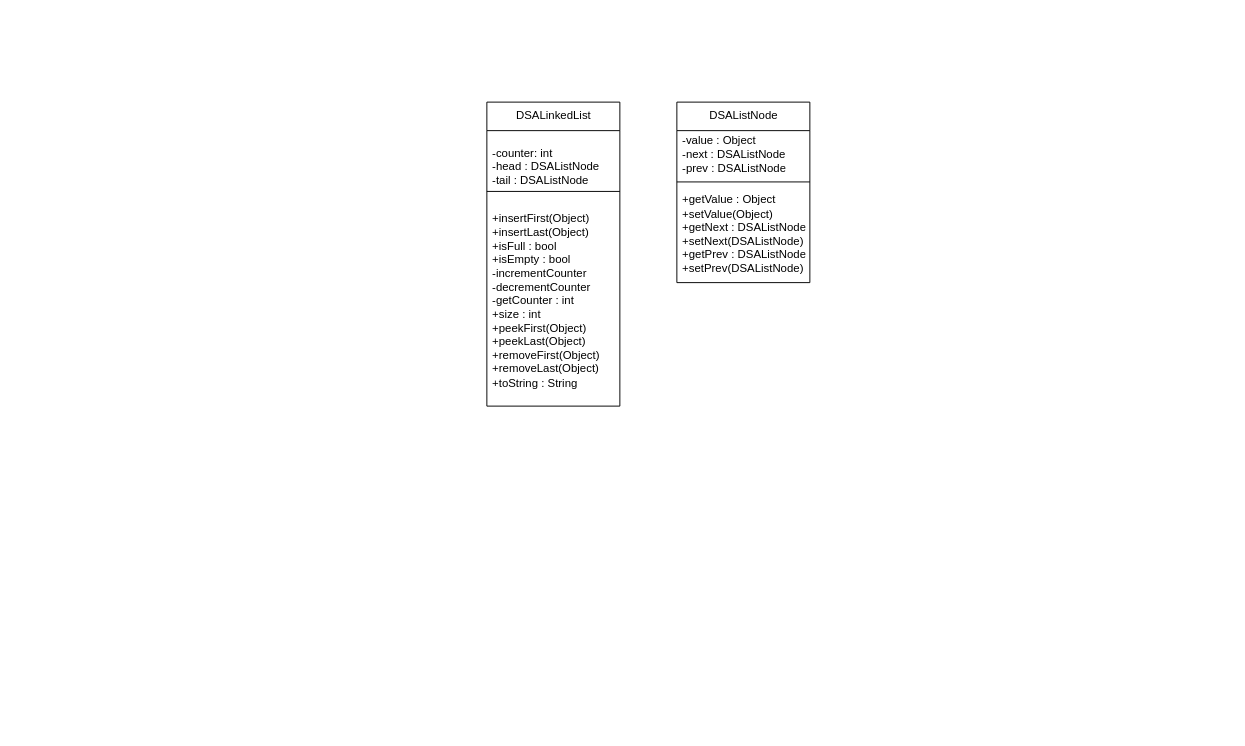
samuel-wyatt/DSA keeps this draw.io diagram as Worksheets and Lectures/Week04/DSAWorksheet4.drawio. Above is the earlier version. Source tidied: cells renumbered, new cells numbered last; positions are measured from the earlier drawing's top-left corner, leaving out a move shared by most shapes. Both pictures are drawn from the tidied source at 95%, with x=0, y=0 at pixel (486, 102).
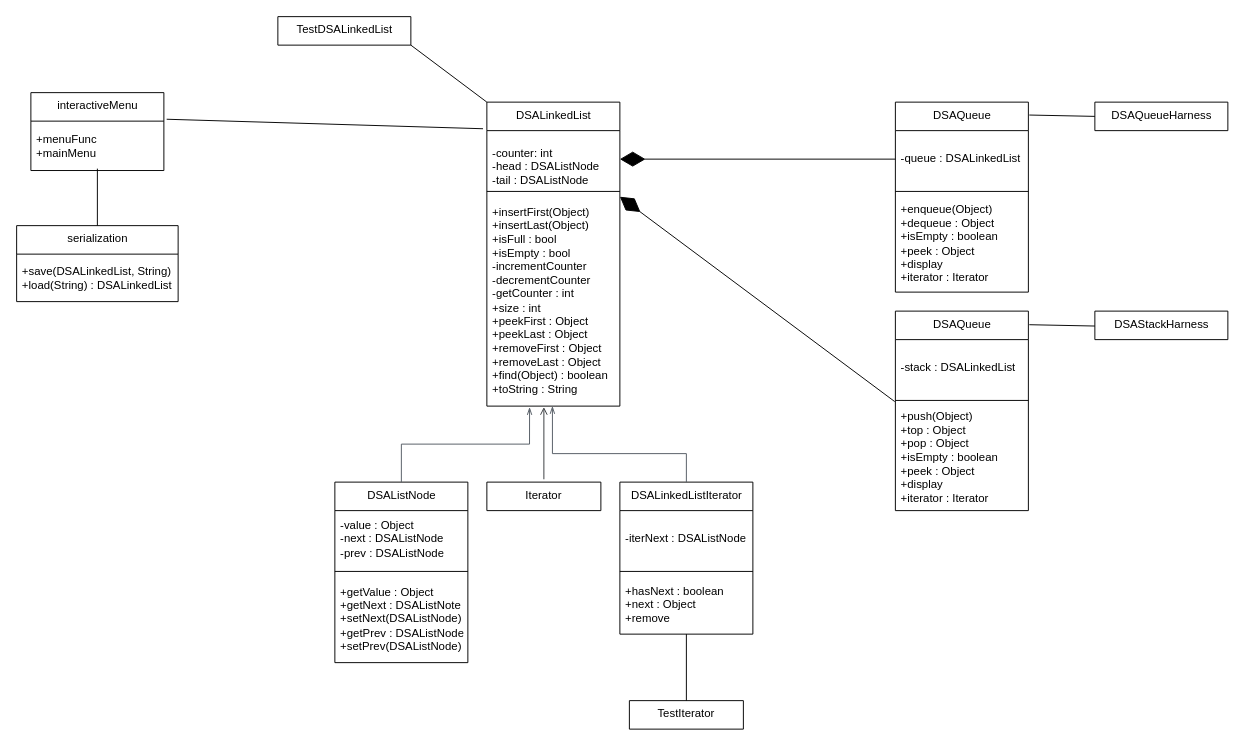
After the change.

The change refers to these unchanged cells:
```xml
<mxCell id="2" value="DSALinkedList" style="swimlane;fontStyle=0;align=center;verticalAlign=top;horizontal=1;startSize=30;html=1;" parent="1" vertex="1">
  <mxGeometry width="140" height="320" as="geometry" />
</mxCell>
<mxCell id="3" value="&lt;br&gt;-counter: int&amp;nbsp;&lt;br&gt;-head : DSAListNode&lt;br&gt;-tail : DSAListNode" style="text;html=1;strokeColor=none;fillColor=none;align=left;verticalAlign=middle;spacingLeft=4;spacingRight=4;overflow=hidden;points=[[0,0.5],[1,0.5]];portConstraint=eastwest;" parent="2" vertex="1">
  <mxGeometry y="30" width="140" height="60" as="geometry" />
</mxCell>
```

Change to the diagram source:
```diff
@@
-    <mxCell id="5" value="+insertFirst(Object)&lt;br&gt;+insertLast(Object)&lt;br&gt;+isFull : bool&lt;br&gt;+isEmpty : bool&lt;br&gt;-incrementCounter&lt;br&gt;-decrementCounter&lt;br&gt;-getCounter : int&lt;br&gt;+size : int&lt;br&gt;+peekFirst(Object)&lt;br&gt;+peekLast(Object)&lt;br&gt;+removeFirst(Object)&lt;br&gt;+removeLast(Object)&lt;br&gt;+toString : String" style="text;html=1;strokeColor=none;fillColor=none;align=left;verticalAlign=middle;spacingLeft=4;spacingRight=4;overflow=hidden;points=[[0,0.5],[1,0.5]];portConstraint=eastwest;" parent="2" vertex="1">
+    <mxCell id="5" value="+insertFirst(Object)&lt;br&gt;+insertLast(Object)&lt;br&gt;+isFull : bool&lt;br&gt;+isEmpty : bool&lt;br&gt;-incrementCounter&lt;br&gt;-decrementCounter&lt;br&gt;-getCounter : int&lt;br&gt;+size : int&lt;br&gt;+peekFirst : Object&lt;br&gt;+peekLast : Object&lt;br&gt;+removeFirst : Object&lt;br&gt;+removeLast : Object&lt;br&gt;+find(Object) : boolean&lt;br&gt;+toString : String" style="text;html=1;strokeColor=none;fillColor=none;align=left;verticalAlign=middle;spacingLeft=4;spacingRight=4;overflow=hidden;points=[[0,0.5],[1,0.5]];portConstraint=eastwest;" parent="2" vertex="1">
       <mxGeometry y="98" width="140" height="222" as="geometry" />
     </mxCell>
     <mxCell id="6" value="DSAListNode" style="swimlane;fontStyle=0;align=center;verticalAlign=top;horizontal=1;startSize=30;html=1;" parent="1" vertex="1">
-      <mxGeometry x="200" width="140" height="190" as="geometry" />
+      <mxGeometry x="-160" y="400" width="140" height="190" as="geometry" />
     </mxCell>
     <mxCell id="7" value="-value : Object&lt;br&gt;-next : DSAListNode&lt;br&gt;-prev : DSAListNode" style="text;html=1;strokeColor=none;fillColor=none;align=left;verticalAlign=middle;spacingLeft=4;spacingRight=4;overflow=hidden;" parent="6" vertex="1">
-      <mxGeometry y="30" width="140" height="50" as="geometry" />
+      <mxGeometry y="30" width="140" height="60" as="geometry" />
     </mxCell>
-    <mxCell id="8" style="line;strokeWidth=1;fillColor=none;align=left;verticalAlign=middle;spacingTop=-1;spacingLeft=3;spacingRight=3;labelPosition=right;" parent="6" vertex="1">
-      <mxGeometry y="80" width="140" height="8" as="geometry" />
-    </mxCell>
-    <mxCell id="9" value="+getValue : Object&lt;br&gt;+setValue(Object)&lt;br&gt;+getNext : DSAListNode&lt;br&gt;+setNext(DSAListNode)&lt;br&gt;+getPrev : DSAListNode&lt;br&gt;+setPrev(DSAListNode)" style="text;html=1;strokeColor=none;fillColor=none;align=left;verticalAlign=middle;spacingLeft=4;spacingRight=4;overflow=hidden;" parent="6" vertex="1">
-      <mxGeometry y="88" width="140" height="102" as="geometry" />
-    </mxCell>
+    <mxCell id="10" style="line;strokeWidth=1;fillColor=none;align=left;verticalAlign=middle;spacingTop=-1;spacingLeft=3;spacingRight=3;labelPosition=right;" parent="6" vertex="1">
+      <mxGeometry y="90" width="140" height="8" as="geometry" />
+    </mxCell>
+    <mxCell id="11" value="+getValue : Object&lt;br&gt;+getNext : DSAListNote&lt;br&gt;+setNext(DSAListNode)&lt;br&gt;+getPrev : DSAListNode&lt;br&gt;+setPrev(DSAListNode)" style="text;html=1;strokeColor=none;fillColor=none;align=left;verticalAlign=middle;spacingLeft=4;spacingRight=4;overflow=hidden;" parent="6" vertex="1">
+      <mxGeometry y="98" width="140" height="92" as="geometry" />
+    </mxCell>
+    <mxCell id="12" value="Iterator" style="shape=note2;boundedLbl=1;whiteSpace=wrap;html=1;size=0;verticalAlign=top;align=center;" parent="1" vertex="1">
+      <mxGeometry y="400" width="120" height="30" as="geometry" />
+    </mxCell>
+    <mxCell id="13" value="DSALinkedListIterator" style="swimlane;fontStyle=0;align=center;verticalAlign=top;horizontal=1;startSize=30;html=1;" parent="1" vertex="1">
+      <mxGeometry x="140" y="400" width="140" height="160" as="geometry" />
+    </mxCell>
+    <mxCell id="14" value="-iterNext : DSAListNode" style="text;html=1;strokeColor=none;fillColor=none;align=left;verticalAlign=middle;spacingLeft=4;spacingRight=4;overflow=hidden;" parent="13" vertex="1">
+      <mxGeometry y="30" width="140" height="60" as="geometry" />
+    </mxCell>
+    <mxCell id="15" style="line;strokeWidth=1;fillColor=none;align=left;verticalAlign=middle;spacingTop=-1;spacingLeft=3;spacingRight=3;labelPosition=right;" parent="13" vertex="1">
+      <mxGeometry y="90" width="140" height="8" as="geometry" />
+    </mxCell>
+    <mxCell id="16" value="+hasNext : boolean&lt;br&gt;+next : Object&lt;br&gt;+remove&amp;nbsp;" style="text;html=1;strokeColor=none;fillColor=none;align=left;verticalAlign=middle;spacingLeft=4;spacingRight=4;overflow=hidden;points=[[0,0.5],[1,0.5]];portConstraint=eastwest;" parent="13" vertex="1">
+      <mxGeometry y="98" width="140" height="62" as="geometry" />
+    </mxCell>
+    <mxCell id="17" value="TestDSALinkedList" style="swimlane;fontStyle=0;align=center;verticalAlign=top;horizontal=1;startSize=30;html=1;" parent="1" vertex="1">
+      <mxGeometry x="-220" y="-90" width="140" height="30" as="geometry" />
+    </mxCell>
+    <mxCell id="18" style="endArrow=none;html=1;entryX=1;entryY=0.5;entryDx=0;entryDy=0;exitX=0;exitY=0;exitDx=0;exitDy=0;" parent="1" edge="1" source="2">
+      <mxGeometry relative="1" as="geometry">
+        <mxPoint x="-80" y="-60" as="targetPoint" />
+      </mxGeometry>
+    </mxCell>
+    <mxCell id="19" value="DSAQueue" style="swimlane;fontStyle=0;align=center;verticalAlign=top;horizontal=1;startSize=30;html=1;" parent="1" vertex="1">
+      <mxGeometry x="430" width="140" height="200" as="geometry" />
+    </mxCell>
+    <mxCell id="20" value="-queue : DSALinkedList" style="text;html=1;strokeColor=none;fillColor=none;align=left;verticalAlign=middle;spacingLeft=4;spacingRight=4;overflow=hidden;points=[[0,0.5],[1,0.5]];portConstraint=eastwest;" parent="19" vertex="1">
+      <mxGeometry y="30" width="140" height="60" as="geometry" />
+    </mxCell>
+    <mxCell id="21" style="line;strokeWidth=1;fillColor=none;align=left;verticalAlign=middle;spacingTop=-1;spacingLeft=3;spacingRight=3;labelPosition=right;" parent="19" vertex="1">
+      <mxGeometry y="90" width="140" height="8" as="geometry" />
+    </mxCell>
+    <mxCell id="22" value="+enqueue(Object)&lt;br&gt;+dequeue : Object&lt;br&gt;+isEmpty : boolean&lt;br&gt;+peek : Object&lt;br&gt;+display&lt;br&gt;+iterator : Iterator" style="text;html=1;strokeColor=none;fillColor=none;align=left;verticalAlign=middle;spacingLeft=4;spacingRight=4;overflow=hidden;" parent="19" vertex="1">
+      <mxGeometry y="98" width="140" height="102" as="geometry" />
+    </mxCell>
+    <mxCell id="23" style="endArrow=diamondThin;endFill=1;endSize=24;html=1;entryX=1;entryY=0.5;entryDx=0;entryDy=0;exitX=0;exitY=0.5;exitDx=0;exitDy=0;" parent="1" edge="1" source="20" target="3">
+      <mxGeometry relative="1" as="geometry" />
+    </mxCell>
+    <mxCell id="24" value="DSAQueue" style="swimlane;fontStyle=0;align=center;verticalAlign=top;horizontal=1;startSize=30;html=1;" parent="1" vertex="1">
+      <mxGeometry x="430" y="220" width="140" height="210" as="geometry" />
+    </mxCell>
+    <mxCell id="25" value="-stack : DSALinkedList" style="text;html=1;strokeColor=none;fillColor=none;align=left;verticalAlign=middle;spacingLeft=4;spacingRight=4;overflow=hidden;" parent="24" vertex="1">
+      <mxGeometry y="30" width="140" height="60" as="geometry" />
+    </mxCell>
+    <mxCell id="26" style="line;strokeWidth=1;fillColor=none;align=left;verticalAlign=middle;spacingTop=-1;spacingLeft=3;spacingRight=3;labelPosition=right;" parent="24" vertex="1">
+      <mxGeometry y="90" width="140" height="8" as="geometry" />
+    </mxCell>
+    <mxCell id="27" value="+push(Object)&lt;br&gt;+top : Object&lt;br&gt;+pop : Object&lt;br&gt;+isEmpty : boolean&lt;br&gt;+peek : Object&lt;br&gt;+display&lt;br&gt;+iterator : Iterator" style="text;html=1;strokeColor=none;fillColor=none;align=left;verticalAlign=middle;spacingLeft=4;spacingRight=4;overflow=hidden;points=[[0,0.5],[1,0.5]];portConstraint=eastwest;" parent="24" vertex="1">
+      <mxGeometry y="98" width="140" height="112" as="geometry" />
+    </mxCell>
+    <mxCell id="28" style="endArrow=diamondThin;endFill=1;endSize=24;html=1;entryX=1;entryY=0.5;entryDx=0;entryDy=0;exitX=-0.005;exitY=-0.025;exitDx=0;exitDy=0;exitPerimeter=0;" parent="1" edge="1" source="27">
+      <mxGeometry relative="1" as="geometry">
+        <mxPoint x="140" y="99.6" as="targetPoint" />
+      </mxGeometry>
+    </mxCell>
+    <mxCell id="29" value="DSAQueueHarness" style="swimlane;fontStyle=0;align=center;verticalAlign=top;horizontal=1;startSize=30;html=1;" parent="1" vertex="1">
+      <mxGeometry x="640" width="140" height="30" as="geometry" />
+    </mxCell>
+    <mxCell id="30" value="DSAStackHarness" style="swimlane;fontStyle=0;align=center;verticalAlign=top;horizontal=1;startSize=30;html=1;" parent="1" vertex="1">
+      <mxGeometry x="640" y="220" width="140" height="30" as="geometry" />
+    </mxCell>
+    <mxCell id="31" style="endArrow=none;html=1;entryX=1.007;entryY=0.068;entryDx=0;entryDy=0;entryPerimeter=0;exitX=0;exitY=0.5;exitDx=0;exitDy=0;" parent="1" edge="1" source="29" target="19">
+      <mxGeometry relative="1" as="geometry" />
+    </mxCell>
+    <mxCell id="32" style="endArrow=none;html=1;entryX=1.007;entryY=0.068;entryDx=0;entryDy=0;entryPerimeter=0;exitX=0;exitY=0.5;exitDx=0;exitDy=0;" parent="1" edge="1">
+      <mxGeometry relative="1" as="geometry">
+        <mxPoint x="640" y="235.7" as="sourcePoint" />
+        <mxPoint x="571" y="234.3" as="targetPoint" />
+      </mxGeometry>
+    </mxCell>
+    <mxCell id="33" style="edgeStyle=orthogonalEdgeStyle;html=1;endArrow=none;elbow=vertical;startArrow=open;startFill=0;strokeColor=#36393d;rounded=0;fillColor=#eeeeee;" parent="1" edge="1">
+      <mxGeometry relative="1" as="geometry">
+        <mxPoint x="60" y="321" as="sourcePoint" />
+        <mxPoint x="60" y="397" as="targetPoint" />
+        <Array as="points">
+          <mxPoint x="60" y="321" />
+          <mxPoint x="60" y="397" />
+        </Array>
+      </mxGeometry>
+    </mxCell>
+    <mxCell id="34" style="edgeStyle=orthogonalEdgeStyle;html=1;endArrow=none;elbow=vertical;startArrow=openThin;startFill=0;strokeColor=#545B64;rounded=0;entryX=0.5;entryY=0;entryDx=0;entryDy=0;" parent="1" edge="1" target="13">
+      <mxGeometry relative="1" as="geometry">
+        <mxPoint x="69" y="320" as="sourcePoint" />
+        <Array as="points">
+          <mxPoint x="69" y="370" />
+          <mxPoint x="210" y="370" />
+        </Array>
+      </mxGeometry>
+    </mxCell>
+    <mxCell id="35" style="edgeStyle=orthogonalEdgeStyle;html=1;endArrow=none;elbow=vertical;startArrow=openThin;startFill=0;strokeColor=#545B64;rounded=0;entryX=0.5;entryY=0;entryDx=0;entryDy=0;exitX=0.321;exitY=1.005;exitDx=0;exitDy=0;exitPerimeter=0;" parent="1" edge="1" source="5" target="6">
+      <mxGeometry relative="1" as="geometry">
+        <Array as="points">
+          <mxPoint x="45" y="360" />
+          <mxPoint x="-90" y="360" />
+        </Array>
+      </mxGeometry>
+    </mxCell>
+    <mxCell id="36" value="interactiveMenu" style="swimlane;fontStyle=0;align=center;verticalAlign=top;horizontal=1;startSize=30;html=1;" parent="1" vertex="1">
+      <mxGeometry x="-480" y="-10" width="140" height="82" as="geometry" />
+    </mxCell>
+    <mxCell id="37" value="+menuFunc&lt;br&gt;+mainMenu" style="text;html=1;strokeColor=none;fillColor=none;align=left;verticalAlign=middle;spacingLeft=4;spacingRight=4;overflow=hidden;points=[[0,0.5],[1,0.5]];portConstraint=eastwest;" parent="36" vertex="1">
+      <mxGeometry y="30" width="140" height="52" as="geometry" />
+    </mxCell>
+    <mxCell id="38" value="serialization" style="swimlane;fontStyle=0;align=center;verticalAlign=top;horizontal=1;startSize=30;html=1;" parent="1" vertex="1">
+      <mxGeometry x="-495" y="130" width="170" height="80" as="geometry" />
+    </mxCell>
+    <mxCell id="39" value="+save(DSALinkedList, String)&lt;br&gt;+load(String) : DSALinkedList" style="text;html=1;strokeColor=none;fillColor=none;align=left;verticalAlign=middle;spacingLeft=4;spacingRight=4;overflow=hidden;" parent="38" vertex="1">
+      <mxGeometry y="30" width="170" height="50" as="geometry" />
+    </mxCell>
+    <mxCell id="40" style="endArrow=none;html=1;rounded=0;exitX=0.5;exitY=0;exitDx=0;exitDy=0;entryX=0.5;entryY=0.962;entryDx=0;entryDy=0;entryPerimeter=0;" parent="1" edge="1" source="38" target="37">
+      <mxGeometry relative="1" as="geometry" />
+    </mxCell>
+    <mxCell id="41" style="endArrow=none;html=1;rounded=0;entryX=-0.029;entryY=-0.033;entryDx=0;entryDy=0;entryPerimeter=0;exitX=1.021;exitY=-0.038;exitDx=0;exitDy=0;exitPerimeter=0;" parent="1" edge="1" source="37" target="3">
+      <mxGeometry relative="1" as="geometry" />
+    </mxCell>
+    <mxCell id="42" value="TestIterator" style="shape=note2;boundedLbl=1;whiteSpace=wrap;html=1;size=0;verticalAlign=top;align=center;" parent="1" vertex="1">
+      <mxGeometry x="150" y="630" width="120" height="30" as="geometry" />
+    </mxCell>
+    <mxCell id="43" style="endArrow=none;html=1;rounded=0;entryX=0.5;entryY=1;entryDx=0;entryDy=0;entryPerimeter=0;exitX=0;exitY=0;exitDx=60;exitDy=0;exitPerimeter=0;" parent="1" edge="1" source="42" target="16">
+      <mxGeometry relative="1" as="geometry" />
+    </mxCell>
```
